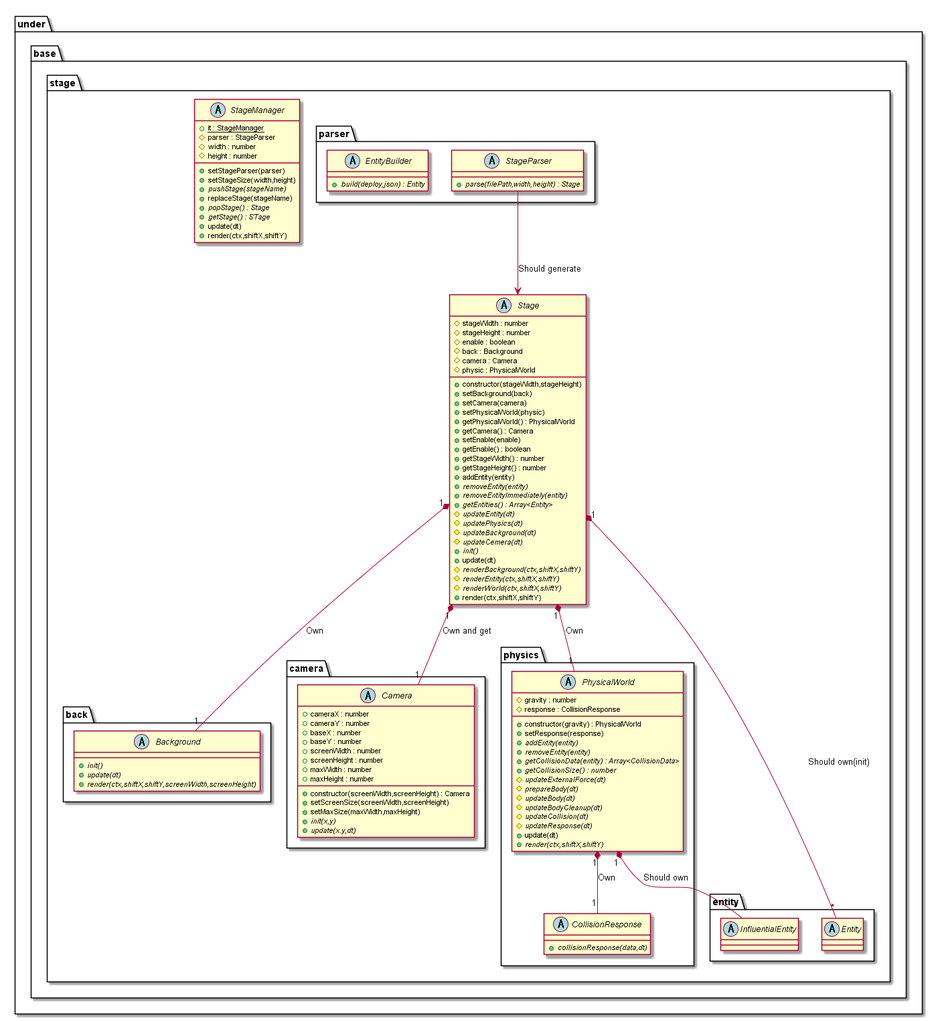
Before: out/uml/stage/Base/StageBase.png, a diagram exported from PlantUML (Expine/Under).
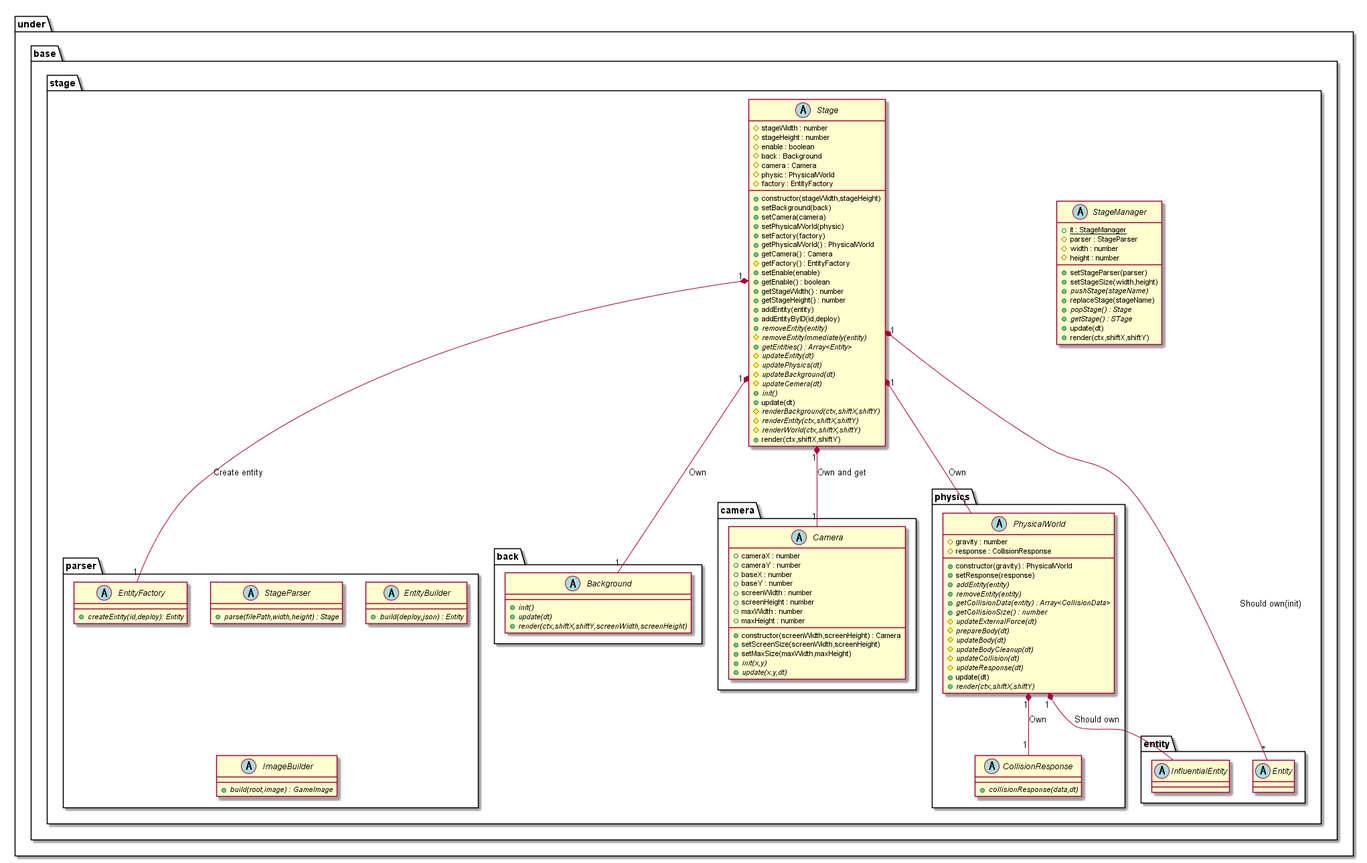
After the change.

The edit, as a diff of the source:
```diff
@@ -25,18 +25,22 @@
                 #back : Background
                 #camera : Camera
                 #physic : PhysicalWorld
+                #factory : EntityFactory
                 +setBackground(back)
                 +setCamera(camera)
                 +setPhysicalWorld(physic)
+                +setFactory(factory)
                 +getPhysicalWorld() : PhysicalWorld
                 +getCamera() : Camera
+                #getFactory() : EntityFactory
                 +setEnable(enable)
                 +getEnable() : boolean
                 +getStageWidth() : number
                 +getStageHeight() : number
                 +addEntity(entity)
+                +addEntityByID(id,deploy)
                 {abstract} +removeEntity(entity)
-                {abstract} +removeEntityImmediately(entity)
+                {abstract} #removeEntityImmediately(entity)
                 {abstract} +getEntities() : Array<Entity>
                 {abstract} #updateEntity(dt)
                 {abstract} #updatePhysics(dt)
@@ -55,6 +59,12 @@
                 }
                 abstract EntityBuilder {
                     {abstract} +build(deploy,json) : Entity
+                }
+                abstract ImageBuilder {
+                    {abstract} +build(root,image) : GameImage
+                }
+                abstract EntityFactory {
+                    {abstract} +createEntity(id,deploy): Entity
                 }
             }
             package back {
@@ -119,11 +129,11 @@
     }
 }
 
-StageParser --> Stage : Should generate
 Stage "1" *-- "1" Background : Own
 Stage "1" *-- "1" Camera : Own and get
 Stage "1" *-- "1" PhysicalWorld : Own
 Stage "1" *-- "*" Entity : Should own(init)
+Stage "1" *-- "1" EntityFactory : Create entity
 PhysicalWorld "1"*--"*" InfluentialEntity : Should own
 PhysicalWorld "1"*--"1" CollisionResponse : Own
 
```
